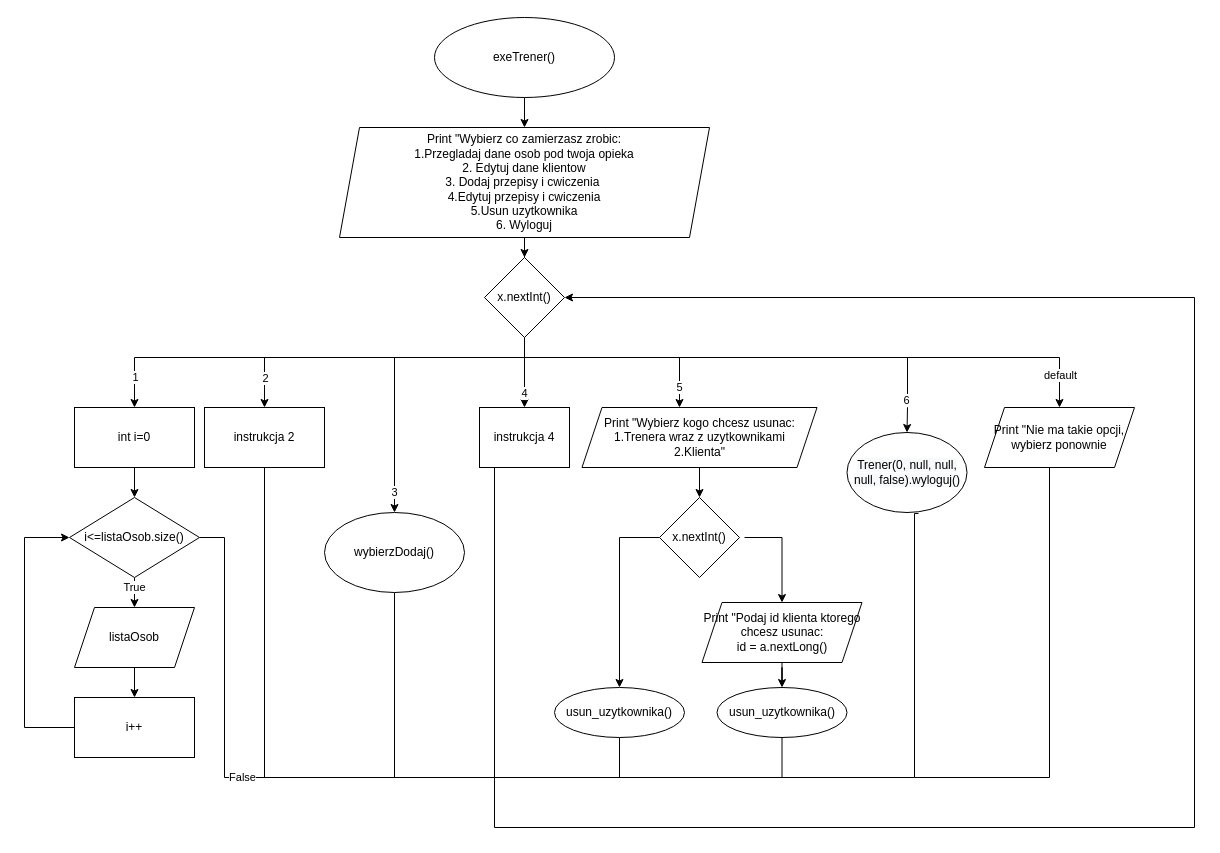
szarl/Projekt-Programowanie-Obiektowe keeps this draw.io diagram as page "exeTrener" (5 of 10) of Untitled Diagram.drawio. Above is the earlier version. Source tidied: cells renumbered, new cells numbered last; positions are measured from the earlier drawing's top-left corner, leaving out a move shared by most shapes. Both pictures are drawn from the tidied source at 100%, with x=0, y=0 at pixel (24, 17).
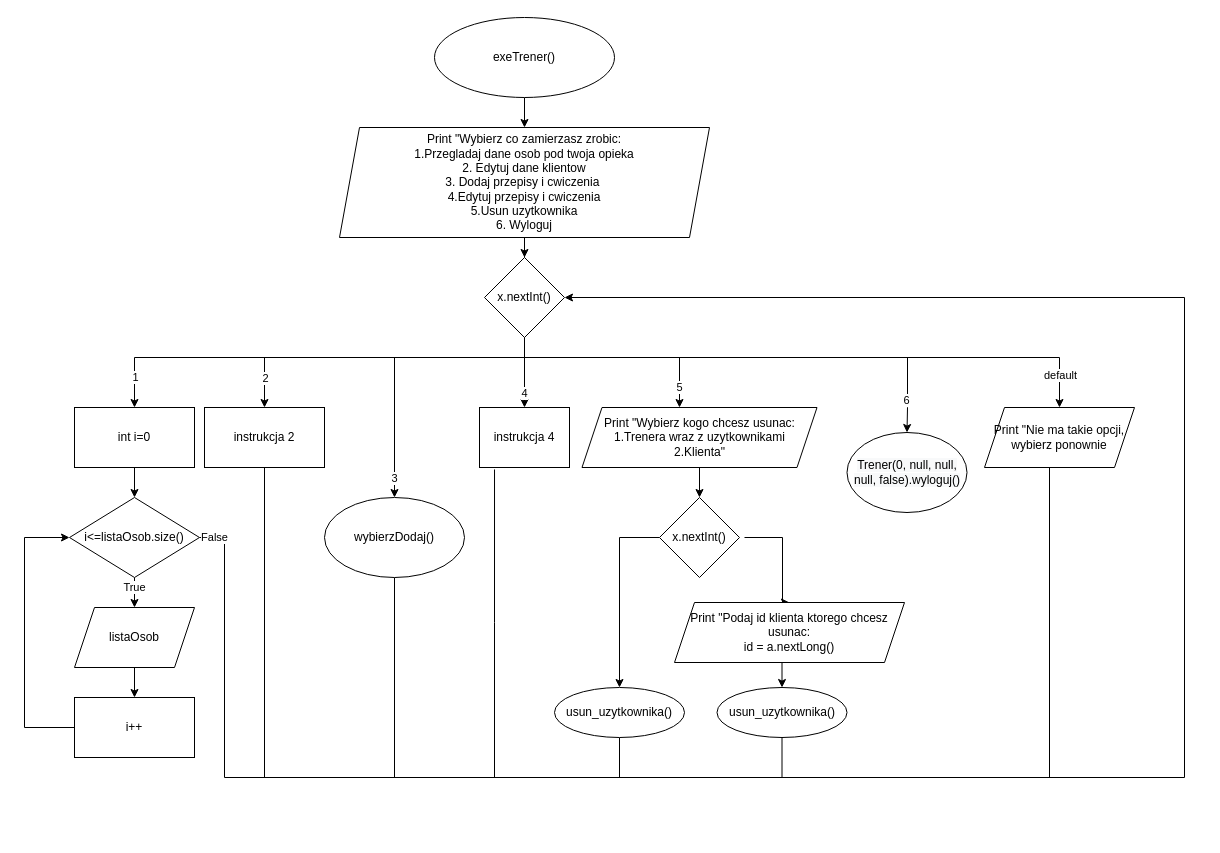
After the change.

Unchanged cells that the change refers to:
```xml
<mxCell id="18" value="x.nextInt()" style="rhombus;whiteSpace=wrap;html=1;" parent="1" vertex="1">
  <mxGeometry x="460" y="240" width="80" height="80" as="geometry" />
</mxCell>
<mxCell id="20" value="instrukcja 2" style="rounded=0;whiteSpace=wrap;html=1;" parent="1" vertex="1">
  <mxGeometry x="180" y="390" width="120" height="60" as="geometry" />
</mxCell>
<mxCell id="22" value="instrukcja 4" style="rounded=0;whiteSpace=wrap;html=1;" parent="1" vertex="1">
  <mxGeometry x="455" y="390" width="90" height="60" as="geometry" />
</mxCell>
<mxCell id="27" value="i&amp;lt;=listaOsob.size()" style="rhombus;whiteSpace=wrap;html=1;" parent="1" vertex="1">
  <mxGeometry x="45" y="480" width="130" height="80" as="geometry" />
</mxCell>
<mxCell id="40" value="usun_uzytkownika()" style="ellipse;whiteSpace=wrap;html=1;" parent="1" vertex="1">
  <mxGeometry x="530" y="670" width="130" height="50" as="geometry" />
</mxCell>
<mxCell id="44" value="usun_uzytkownika()" style="ellipse;whiteSpace=wrap;html=1;" parent="1" vertex="1">
  <mxGeometry x="692.5" y="670" width="130" height="50" as="geometry" />
</mxCell>
<mxCell id="46" value="Print &quot;Nie ma takie opcji, wybierz ponownie" style="shape=parallelogram;perimeter=parallelogramPerimeter;whiteSpace=wrap;html=1;fixedSize=1;" parent="1" vertex="1">
  <mxGeometry x="960" y="390" width="150" height="60" as="geometry" />
</mxCell>
<mxCell id="48" value="&#10;&#10;&lt;span style=&quot;color: rgb(0, 0, 0); font-family: helvetica; font-size: 12px; font-style: normal; font-weight: 400; letter-spacing: normal; text-align: center; text-indent: 0px; text-transform: none; word-spacing: 0px; background-color: rgb(248, 249, 250); display: inline; float: none;&quot;&gt;Trener(0, null, null, null, false).wyloguj()&lt;/span&gt;&#10;&#10;" style="ellipse;whiteSpace=wrap;html=1;" parent="1" vertex="1">
  <mxGeometry x="822.5" y="415" width="120" height="80" as="geometry" />
</mxCell>
```

The edit, as a diff of the source:
```diff
@@
     <mxCell id="19" style="edgeStyle=orthogonalEdgeStyle;rounded=0;jettySize=auto;html=1;endArrow=none;endFill=0;" parent="1" edge="1" source="20">
       <mxGeometry relative="1" as="geometry">
-        <mxPoint x="470" y="790" as="targetPoint" />
+        <mxPoint x="470" y="760" as="targetPoint" />
         <Array as="points">
           <mxPoint x="240" y="760" />
           <mxPoint x="470" y="760" />
-          <mxPoint x="470" y="790" />
         </Array>
       </mxGeometry>
     </mxCell>
@@
-    <mxCell id="21" style="edgeStyle=orthogonalEdgeStyle;rounded=0;jettySize=auto;html=1;endArrow=none;endFill=0;" parent="1" edge="1" source="22">
+    <mxCell id="21" style="edgeStyle=orthogonalEdgeStyle;rounded=0;jettySize=auto;html=1;endArrow=none;endFill=0;exitX=0.167;exitY=1.033;exitDx=0;exitDy=0;exitPerimeter=0;" parent="1" edge="1" source="22">
       <mxGeometry relative="1" as="geometry">
-        <mxPoint x="470" y="790" as="targetPoint" />
-        <Array as="points">
-          <mxPoint x="470" y="790" />
-        </Array>
+        <mxPoint x="470" y="760" as="targetPoint" />
       </mxGeometry>
     </mxCell>
@@
     <mxCell id="26" value="False" style="edgeStyle=orthogonalEdgeStyle;rounded=0;jettySize=auto;html=1;endArrow=none;endFill=0;" parent="1" edge="1" source="27">
-      <mxGeometry relative="1" as="geometry">
-        <mxPoint x="470" y="790" as="targetPoint" />
+      <mxGeometry x="-0.95" relative="1" as="geometry">
+        <mxPoint x="520" y="760" as="targetPoint" />
         <Array as="points">
           <mxPoint x="200" y="520" />
           <mxPoint x="200" y="760" />
-          <mxPoint x="470" y="760" />
-          <mxPoint x="470" y="790" />
         </Array>
       </mxGeometry>
     </mxCell>
@@
     <mxCell id="32" style="edgeStyle=orthogonalEdgeStyle;rounded=0;jettySize=auto;html=1;endArrow=none;endFill=0;" parent="1" edge="1" source="33">
       <mxGeometry relative="1" as="geometry">
-        <mxPoint x="470" y="780" as="targetPoint" />
+        <mxPoint x="470" y="760" as="targetPoint" />
         <Array as="points">
           <mxPoint x="370" y="760" />
           <mxPoint x="470" y="760" />
-          <mxPoint x="470" y="790" />
         </Array>
       </mxGeometry>
     </mxCell>
     <mxCell id="33" value="wybierzDodaj()" style="ellipse;whiteSpace=wrap;html=1;" parent="1" vertex="1">
-      <mxGeometry x="300" y="495" width="140" height="80" as="geometry" />
+      <mxGeometry x="300" y="480" width="140" height="80" as="geometry" />
     </mxCell>
@@
     <mxCell id="39" style="edgeStyle=orthogonalEdgeStyle;rounded=0;jettySize=auto;html=1;endArrow=none;endFill=0;" parent="1" edge="1" source="40">
       <mxGeometry relative="1" as="geometry">
-        <mxPoint x="470" y="790" as="targetPoint" />
+        <mxPoint x="760" y="760" as="targetPoint" />
         <Array as="points">
           <mxPoint x="595" y="760" />
           <mxPoint x="470" y="760" />
         </Array>
       </mxGeometry>
     </mxCell>
@@
     <mxCell id="41" style="edgeStyle=orthogonalEdgeStyle;rounded=0;jettySize=auto;html=1;entryX=0.5;entryY=0;entryDx=0;entryDy=0;" parent="1" edge="1" source="42" target="44">
-      <mxGeometry relative="1" as="geometry" />
+      <mxGeometry relative="1" as="geometry">
+        <Array as="points">
+          <mxPoint x="758" y="665" />
+        </Array>
+      </mxGeometry>
     </mxCell>
     <mxCell id="42" value="&lt;div&gt;Print &quot;Podaj id klienta ktorego chcesz usunac: &lt;br&gt;&lt;/div&gt;&lt;div&gt;id = a.nextLong()&lt;br&gt;&lt;/div&gt;" style="shape=parallelogram;perimeter=parallelogramPerimeter;whiteSpace=wrap;html=1;fixedSize=1;" parent="1" vertex="1">
-      <mxGeometry x="677.5" y="585" width="160" height="60" as="geometry" />
+      <mxGeometry x="650" y="585" width="230" height="60" as="geometry" />
     </mxCell>
-    <mxCell id="43" style="edgeStyle=orthogonalEdgeStyle;rounded=0;jettySize=auto;html=1;endArrow=none;endFill=0;" parent="1" edge="1" source="44">
+    <mxCell id="43" style="edgeStyle=orthogonalEdgeStyle;rounded=0;jettySize=auto;html=1;endArrow=classic;endFill=1;entryX=1;entryY=0.5;entryDx=0;entryDy=0;" parent="1" edge="1" source="44" target="18">
       <mxGeometry relative="1" as="geometry">
-        <mxPoint x="470" y="790" as="targetPoint" />
         <Array as="points">
           <mxPoint x="758" y="760" />
-          <mxPoint x="470" y="760" />
-          <mxPoint x="470" y="790" />
+          <mxPoint x="1160" y="760" />
+          <mxPoint x="1160" y="280" />
         </Array>
       </mxGeometry>
     </mxCell>
@@
     <mxCell id="45" style="edgeStyle=orthogonalEdgeStyle;rounded=0;jettySize=auto;html=1;exitX=0.5;exitY=1;exitDx=0;exitDy=0;endArrow=none;endFill=0;" parent="1" edge="1" source="46">
       <mxGeometry relative="1" as="geometry">
-        <mxPoint x="890" y="760" as="targetPoint" />
+        <mxPoint x="750" y="760" as="targetPoint" />
         <Array as="points">
           <mxPoint x="1025" y="760" />
         </Array>
       </mxGeometry>
     </mxCell>
@@
-    <mxCell id="47" style="edgeStyle=orthogonalEdgeStyle;rounded=0;jettySize=auto;html=1;endArrow=classic;endFill=1;entryX=1;entryY=0.5;entryDx=0;entryDy=0;exitX=0.596;exitY=1.013;exitDx=0;exitDy=0;exitPerimeter=0;" parent="1" edge="1" source="48" target="18">
-      <mxGeometry relative="1" as="geometry">
-        <Array as="points">
-          <mxPoint x="890" y="496" />
-          <mxPoint x="890" y="760" />
-          <mxPoint x="470" y="760" />
-          <mxPoint x="470" y="810" />
-          <mxPoint x="1170" y="810" />
-          <mxPoint x="1170" y="280" />
-        </Array>
-      </mxGeometry>
-    </mxCell>
```
